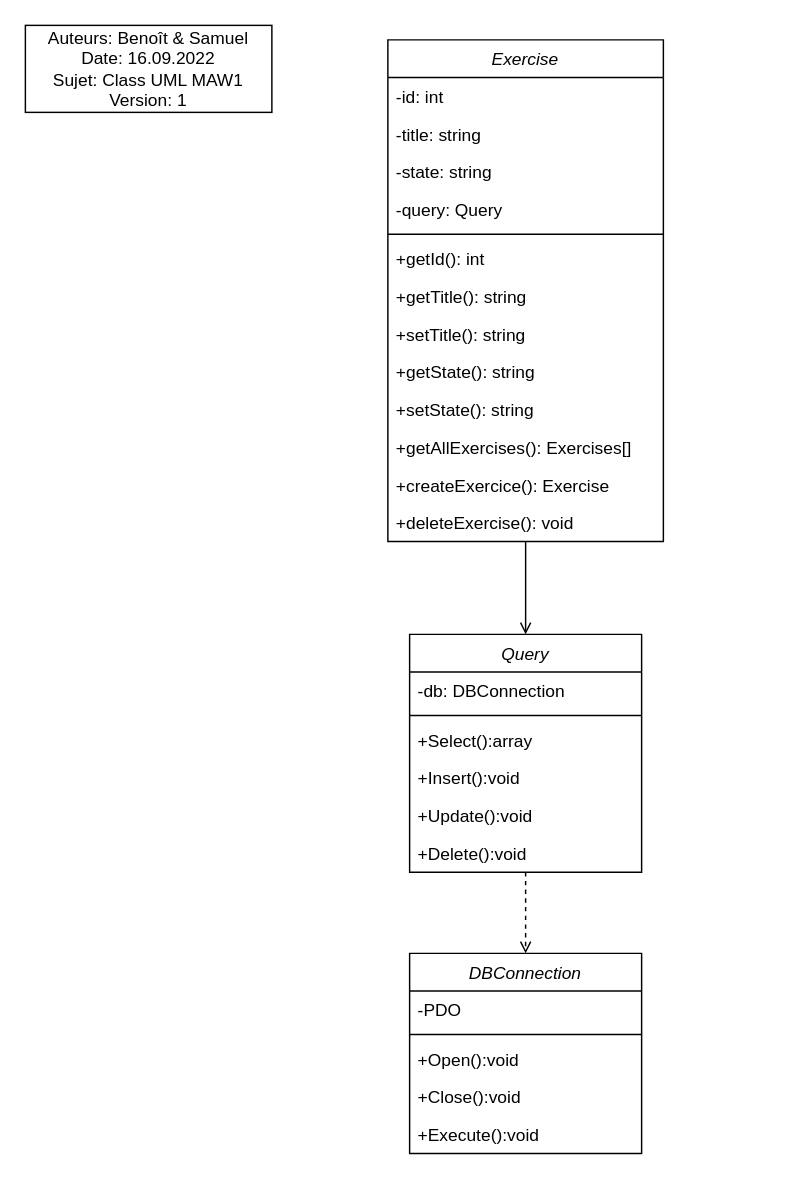
CPNV-ES/MAW1-BPT-SMD keeps this draw.io diagram as modelisation/ClassUML.drawio. Above is the earlier version. Source tidied: cells renumbered, new cells numbered last; positions are measured from the earlier drawing's top-left corner, leaving out a move shared by most shapes. Both pictures are drawn from the tidied source at 145%, with x=0, y=0 at pixel (25, 25).
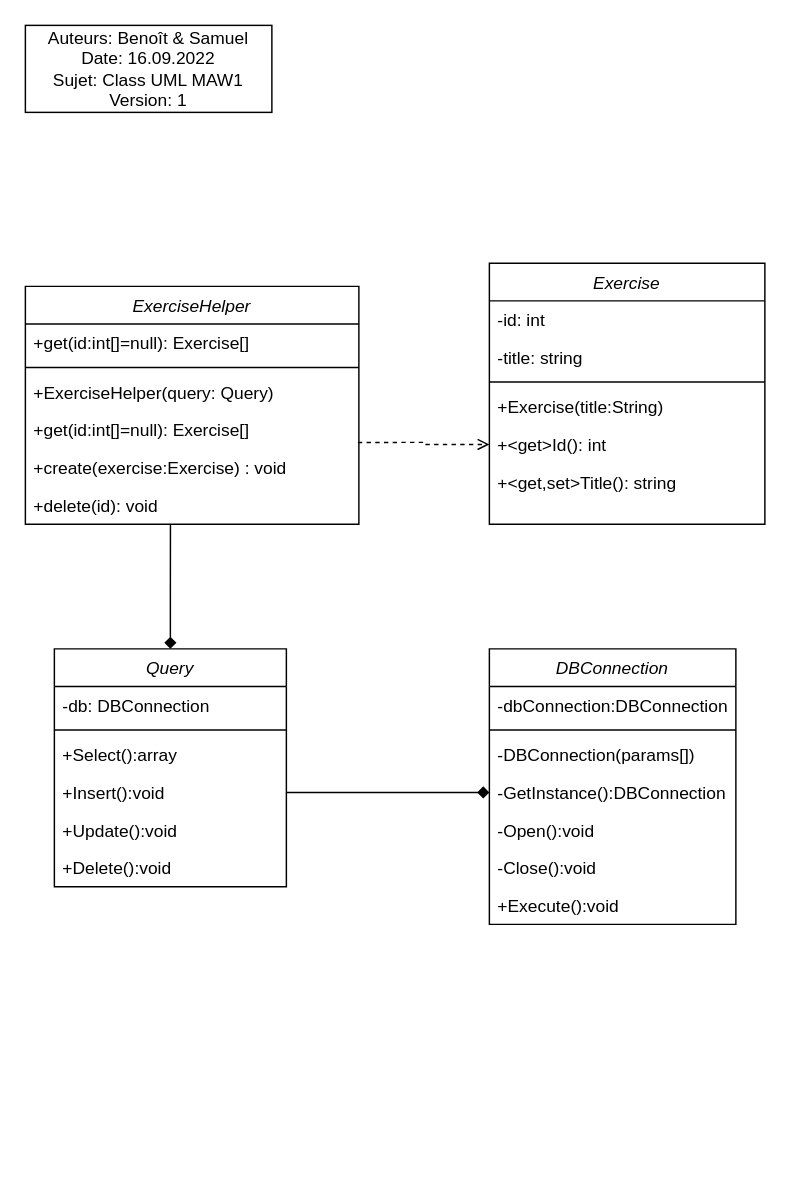
The same page after the edit.

Commit message (it also covers changes not shown here):
UML: Update class diagram

The change refers to these unchanged cells:
```xml
<mxCell id="13" value="+Insert():void" style="text;align=left;verticalAlign=top;spacingLeft=4;spacingRight=4;overflow=hidden;points=[[0,0.5],[1,0.5]];portConstraint=eastwest;rounded=0;shadow=0;html=0;" parent="9" vertex="1">
  <mxGeometry y="86" width="160" height="26" as="geometry" />
</mxCell>
```

The edit, as a diff of the source:
```diff
@@
     <mxCell id="2" value="DBConnection" style="swimlane;fontStyle=2;align=center;verticalAlign=top;horizontal=1;startSize=26;rounded=0;shadow=0;strokeWidth=1;" parent="1" vertex="1">
-      <mxGeometry x="265" y="640" width="160" height="138" as="geometry" />
+      <mxGeometry x="320" y="430" width="170" height="190" as="geometry" />
     </mxCell>
-    <mxCell id="3" value="-PDO" style="text;align=left;verticalAlign=top;spacingLeft=4;spacingRight=4;overflow=hidden;rounded=0;shadow=0;html=0;" parent="2" vertex="1">
-      <mxGeometry y="26" width="160" height="26" as="geometry" />
+    <mxCell id="3" value="-dbConnection:DBConnection" style="text;align=left;verticalAlign=top;spacingLeft=4;spacingRight=4;overflow=hidden;rounded=0;shadow=0;html=0;" parent="2" vertex="1">
+      <mxGeometry y="26" width="170" height="26" as="geometry" />
     </mxCell>
     <mxCell id="4" style="line;html=1;strokeWidth=1;align=left;verticalAlign=middle;spacingTop=-1;spacingLeft=3;spacingRight=3;labelPosition=right;" parent="2" vertex="1">
-      <mxGeometry y="52" width="160" height="8" as="geometry" />
+      <mxGeometry y="52" width="170" height="8" as="geometry" />
     </mxCell>
-    <mxCell id="5" value="+Open():void" style="text;align=left;verticalAlign=top;spacingLeft=4;spacingRight=4;overflow=hidden;" parent="2" vertex="1">
-      <mxGeometry y="60" width="160" height="26" as="geometry" />
+    <mxCell id="5" value="-DBConnection(params[])" style="text;align=left;verticalAlign=top;spacingLeft=4;spacingRight=4;overflow=hidden;" parent="2" vertex="1">
+      <mxGeometry y="60" width="170" height="26" as="geometry" />
     </mxCell>
+    <mxCell id="32" value="-GetInstance():DBConnection" style="text;align=left;verticalAlign=top;spacingLeft=4;spacingRight=4;overflow=hidden;points=[[0,0.5],[1,0.5]];portConstraint=eastwest;" parent="2" vertex="1">
+      <mxGeometry y="86" width="170" height="26" as="geometry" />
+    </mxCell>
+    <mxCell id="33" value="-Open():void" style="text;align=left;verticalAlign=top;spacingLeft=4;spacingRight=4;overflow=hidden;" parent="2" vertex="1">
+      <mxGeometry y="112" width="170" height="26" as="geometry" />
+    </mxCell>
-    <mxCell id="6" value="+Close():void" style="text;align=left;verticalAlign=top;spacingLeft=4;spacingRight=4;overflow=hidden;rounded=0;shadow=0;html=0;" parent="2" vertex="1">
-      <mxGeometry y="86" width="160" height="26" as="geometry" />
+    <mxCell id="6" value="-Close():void" style="text;align=left;verticalAlign=top;spacingLeft=4;spacingRight=4;overflow=hidden;rounded=0;shadow=0;html=0;" parent="2" vertex="1">
+      <mxGeometry y="138" width="170" height="26" as="geometry" />
     </mxCell>
     <mxCell id="7" value="+Execute():void&#10;" style="text;align=left;verticalAlign=top;spacingLeft=4;spacingRight=4;overflow=hidden;rounded=0;shadow=0;html=0;" parent="2" vertex="1">
-      <mxGeometry y="112" width="160" height="26" as="geometry" />
+      <mxGeometry y="164" width="170" height="26" as="geometry" />
     </mxCell>
-    <mxCell id="8" style="edgeStyle=orthogonalEdgeStyle;rounded=0;jettySize=auto;html=1;entryX=0.5;entryY=0;entryDx=0;entryDy=0;dashed=1;endArrow=open;endFill=0;" parent="1" edge="1" source="9" target="2">
-      <mxGeometry relative="1" as="geometry" />
-    </mxCell>
+    <mxCell id="34" style="edgeStyle=orthogonalEdgeStyle;rounded=0;jettySize=auto;html=1;entryX=0.435;entryY=1.015;entryDx=0;entryDy=0;entryPerimeter=0;startArrow=diamond;startFill=1;endArrow=none;endFill=0;" parent="1" edge="1" source="9" target="30">
+      <mxGeometry relative="1" as="geometry" />
+    </mxCell>
     <mxCell id="9" value="Query" style="swimlane;fontStyle=2;align=center;verticalAlign=top;horizontal=1;startSize=26;rounded=0;shadow=0;strokeWidth=1;" parent="1" vertex="1">
-      <mxGeometry x="265" y="420" width="160" height="164" as="geometry" />
+      <mxGeometry x="20" y="430" width="160" height="164" as="geometry" />
     </mxCell>
@@
-    <mxCell id="16" style="edgeStyle=orthogonalEdgeStyle;rounded=0;jettySize=auto;html=1;entryX=0.5;entryY=0;entryDx=0;entryDy=0;endArrow=open;endFill=0;" parent="1" edge="1" source="17" target="9">
-      <mxGeometry relative="1" as="geometry" />
-    </mxCell>
     <mxCell id="17" value="Exercise" style="swimlane;fontStyle=2;align=center;verticalAlign=top;horizontal=1;startSize=26;rounded=0;shadow=0;strokeWidth=1;" parent="1" vertex="1">
-      <mxGeometry x="250" y="10" width="190" height="346" as="geometry" />
+      <mxGeometry x="320" y="164" width="190" height="180" as="geometry" />
     </mxCell>
@@
-    <mxCell id="20" value="-state: string" style="text;align=left;verticalAlign=top;spacingLeft=4;spacingRight=4;overflow=hidden;rounded=0;shadow=0;html=0;" parent="17" vertex="1">
-      <mxGeometry y="78" width="190" height="26" as="geometry" />
-    </mxCell>
-    <mxCell id="21" value="-query: Query" style="text;align=left;verticalAlign=top;spacingLeft=4;spacingRight=4;overflow=hidden;rounded=0;shadow=0;html=0;" parent="17" vertex="1">
-      <mxGeometry y="104" width="190" height="26" as="geometry" />
-    </mxCell>
     <mxCell id="22" style="line;html=1;strokeWidth=1;align=left;verticalAlign=middle;spacingTop=-1;spacingLeft=3;spacingRight=3;labelPosition=right;" parent="17" vertex="1">
-      <mxGeometry y="130" width="190" height="8" as="geometry" />
+      <mxGeometry y="78" width="190" height="8" as="geometry" />
     </mxCell>
+    <mxCell id="35" value="+Exercise(title:String)" style="text;align=left;verticalAlign=top;spacingLeft=4;spacingRight=4;overflow=hidden;rounded=0;shadow=0;html=0;" parent="17" vertex="1">
+      <mxGeometry y="86" width="190" height="26" as="geometry" />
+    </mxCell>
-    <mxCell id="23" value="+getId(): int" style="text;align=left;verticalAlign=top;spacingLeft=4;spacingRight=4;overflow=hidden;points=[[0,0.5],[1,0.5]];portConstraint=eastwest;rounded=0;shadow=0;html=0;" parent="17" vertex="1">
-      <mxGeometry y="138" width="190" height="26" as="geometry" />
+    <mxCell id="23" value="+&lt;get&gt;Id(): int" style="text;align=left;verticalAlign=top;spacingLeft=4;spacingRight=4;overflow=hidden;points=[[0,0.5],[1,0.5]];portConstraint=eastwest;rounded=0;shadow=0;html=0;" parent="17" vertex="1">
+      <mxGeometry y="112" width="190" height="26" as="geometry" />
     </mxCell>
-    <mxCell id="24" value="+getTitle(): string" style="text;align=left;verticalAlign=top;spacingLeft=4;spacingRight=4;overflow=hidden;rounded=0;shadow=0;html=0;" parent="17" vertex="1">
-      <mxGeometry y="164" width="190" height="26" as="geometry" />
+    <mxCell id="24" value="+&lt;get,set&gt;Title(): string" style="text;align=left;verticalAlign=top;spacingLeft=4;spacingRight=4;overflow=hidden;rounded=0;shadow=0;html=0;" parent="17" vertex="1">
+      <mxGeometry y="138" width="190" height="26" as="geometry" />
     </mxCell>
-    <mxCell id="25" value="+setTitle(): string" style="text;align=left;verticalAlign=top;spacingLeft=4;spacingRight=4;overflow=hidden;rounded=0;shadow=0;html=0;" parent="17" vertex="1">
-      <mxGeometry y="190" width="190" height="26" as="geometry" />
-    </mxCell>
-    <mxCell id="26" value="+getState(): string" style="text;align=left;verticalAlign=top;spacingLeft=4;spacingRight=4;overflow=hidden;rounded=0;shadow=0;html=0;" parent="17" vertex="1">
-      <mxGeometry y="216" width="190" height="26" as="geometry" />
-    </mxCell>
-    <mxCell id="27" value="+setState(): string" style="text;align=left;verticalAlign=top;spacingLeft=4;spacingRight=4;overflow=hidden;rounded=0;shadow=0;html=0;" parent="17" vertex="1">
-      <mxGeometry y="242" width="190" height="26" as="geometry" />
-    </mxCell>
+    <mxCell id="31" value="Auteurs: Benoît &amp;amp; Samuel&lt;br&gt;Date: 16.09.2022&lt;br&gt;Sujet: Class UML MAW1&lt;br&gt;Version: 1" style="rounded=0;whiteSpace=wrap;html=1;" parent="1" vertex="1">
+      <mxGeometry width="170" height="60" as="geometry" />
+    </mxCell>
+    <mxCell id="36" value="ExerciseHelper" style="swimlane;fontStyle=2;align=center;verticalAlign=top;horizontal=1;startSize=26;rounded=0;shadow=0;strokeWidth=1;" parent="1" vertex="1">
+      <mxGeometry y="180" width="230" height="164" as="geometry" />
+    </mxCell>
+    <mxCell id="37" value="+get(id:int[]=null): Exercise[]" style="text;align=left;verticalAlign=top;spacingLeft=4;spacingRight=4;overflow=hidden;" parent="36" vertex="1">
+      <mxGeometry y="26" width="230" height="26" as="geometry" />
+    </mxCell>
+    <mxCell id="38" style="line;html=1;strokeWidth=1;align=left;verticalAlign=middle;spacingTop=-1;spacingLeft=3;spacingRight=3;labelPosition=right;" parent="36" vertex="1">
+      <mxGeometry y="52" width="230" height="8" as="geometry" />
+    </mxCell>
+    <mxCell id="39" value="+ExerciseHelper(query: Query)" style="text;align=left;verticalAlign=top;spacingLeft=4;spacingRight=4;overflow=hidden;rounded=0;shadow=0;html=0;" parent="36" vertex="1">
+      <mxGeometry y="60" width="230" height="26" as="geometry" />
+    </mxCell>
-    <mxCell id="28" value="+getAllExercises(): Exercises[]" style="text;align=left;verticalAlign=top;spacingLeft=4;spacingRight=4;overflow=hidden;" parent="17" vertex="1">
-      <mxGeometry y="268" width="190" height="26" as="geometry" />
+    <mxCell id="28" value="+get(id:int[]=null): Exercise[]" style="text;align=left;verticalAlign=top;spacingLeft=4;spacingRight=4;overflow=hidden;" parent="36" vertex="1">
+      <mxGeometry y="86" width="230" height="26" as="geometry" />
     </mxCell>
-    <mxCell id="29" value="+createExercice(): Exercise" style="text;align=left;verticalAlign=top;spacingLeft=4;spacingRight=4;overflow=hidden;points=[[0,0.5],[1,0.5]];portConstraint=eastwest;rounded=0;shadow=0;html=0;" parent="17" vertex="1">
-      <mxGeometry y="294" width="190" height="26" as="geometry" />
+    <mxCell id="29" value="+create(exercise:Exercise) : void" style="text;align=left;verticalAlign=top;spacingLeft=4;spacingRight=4;overflow=hidden;points=[[0,0.5],[1,0.5]];portConstraint=eastwest;rounded=0;shadow=0;html=0;" parent="36" vertex="1">
+      <mxGeometry y="112" width="230" height="26" as="geometry" />
     </mxCell>
-    <mxCell id="30" value="+deleteExercise(): void" style="text;align=left;verticalAlign=top;spacingLeft=4;spacingRight=4;overflow=hidden;points=[[0,0.5],[1,0.5]];portConstraint=eastwest;rounded=0;shadow=0;html=0;" parent="17" vertex="1">
-      <mxGeometry y="320" width="190" height="26" as="geometry" />
+    <mxCell id="30" value="+delete(id): void" style="text;align=left;verticalAlign=top;spacingLeft=4;spacingRight=4;overflow=hidden;points=[[0,0.5],[1,0.5]];portConstraint=eastwest;rounded=0;shadow=0;html=0;" parent="36" vertex="1">
+      <mxGeometry y="138" width="230" height="26" as="geometry" />
     </mxCell>
-    <mxCell id="31" value="Auteurs: Benoît &amp;amp; Samuel&lt;br&gt;Date: 16.09.2022&lt;br&gt;Sujet: Class UML MAW1&lt;br&gt;Version: 1" style="rounded=0;whiteSpace=wrap;html=1;" parent="1" vertex="1">
-      <mxGeometry width="170" height="60" as="geometry" />
-    </mxCell>
+    <mxCell id="40" style="edgeStyle=orthogonalEdgeStyle;rounded=0;jettySize=auto;html=1;dashed=1;endArrow=open;endFill=0;exitX=0.997;exitY=-0.169;exitDx=0;exitDy=0;exitPerimeter=0;" parent="1" edge="1" source="29" target="23">
+      <mxGeometry relative="1" as="geometry" />
+    </mxCell>
+    <mxCell id="41" style="edgeStyle=orthogonalEdgeStyle;rounded=0;jettySize=auto;html=1;entryX=0;entryY=0.5;entryDx=0;entryDy=0;startArrow=none;startFill=0;endArrow=diamond;endFill=1;" parent="1" edge="1" source="13" target="32">
+      <mxGeometry relative="1" as="geometry" />
+    </mxCell>
```
